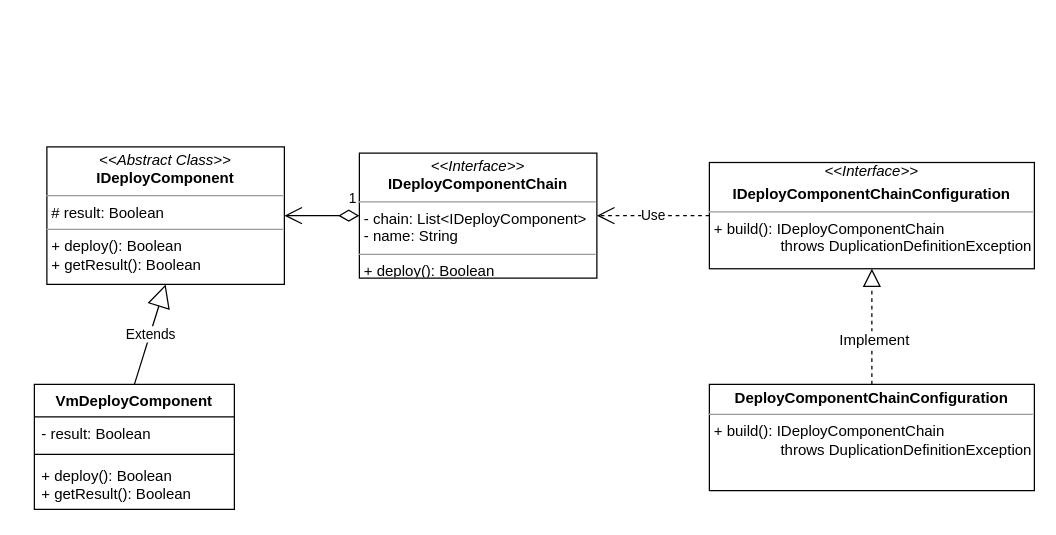
iceAcmen/myDesign keeps this draw.io diagram as SAAS自动部署.drawio. Above is the earlier version. Source tidied: cells renumbered, new cells numbered last; positions are measured from the earlier drawing's top-left corner, leaving out a move shared by most shapes. Both pictures are drawn from the tidied source at 125%, with x=0, y=0 at pixel (34, 146).
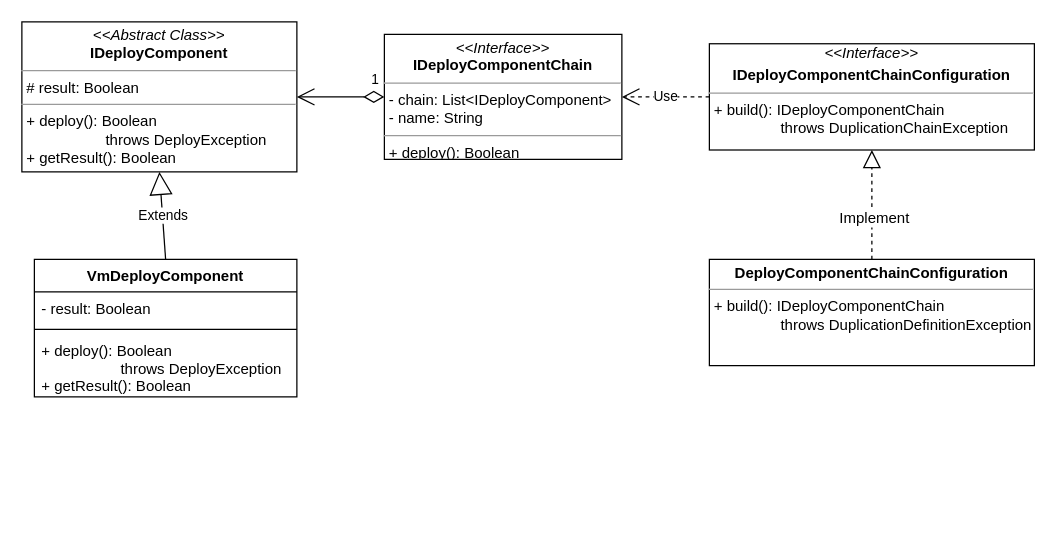
The same diagram, later.

Commit message (it also covers changes not shown here):
更新SAAS自动部署.drawio

What changed in the source:
```diff
@@
 <mxGraphModel>
   <root>
     <mxCell id="0" />
     <mxCell id="1" parent="0" />
-    <mxCell id="2" value="&lt;p style=&quot;margin: 0px ; margin-top: 4px ; text-align: center&quot;&gt;&lt;i&gt;&amp;lt;&amp;lt;Abstract Class&amp;gt;&amp;gt;&lt;/i&gt;&lt;br&gt;&lt;b&gt;IDeployComponent&lt;/b&gt;&lt;br&gt;&lt;/p&gt;&lt;hr size=&quot;1&quot;&gt;&lt;p style=&quot;margin: 0px ; margin-left: 4px&quot;&gt;# result: Boolean&lt;br&gt;&lt;/p&gt;&lt;hr size=&quot;1&quot;&gt;&lt;p style=&quot;margin: 0px ; margin-left: 4px&quot;&gt;+ deploy(): Boolean&lt;/p&gt;&lt;p style=&quot;margin: 0px ; margin-left: 4px&quot;&gt;+ getResult(): Boolean&lt;/p&gt;" style="verticalAlign=top;align=left;overflow=fill;fontSize=12;fontFamily=Helvetica;html=1;" parent="1" vertex="1">
-      <mxGeometry x="10" width="190" height="110" as="geometry" />
+    <mxCell id="2" value="&lt;p style=&quot;margin: 0px ; margin-top: 4px ; text-align: center&quot;&gt;&lt;i&gt;&amp;lt;&amp;lt;Abstract Class&amp;gt;&amp;gt;&lt;/i&gt;&lt;br&gt;&lt;b&gt;IDeployComponent&lt;/b&gt;&lt;br&gt;&lt;/p&gt;&lt;hr size=&quot;1&quot;&gt;&lt;p style=&quot;margin: 0px ; margin-left: 4px&quot;&gt;# result: Boolean&lt;br&gt;&lt;/p&gt;&lt;hr size=&quot;1&quot;&gt;&lt;p style=&quot;margin: 0px ; margin-left: 4px&quot;&gt;+ deploy(): Boolean&lt;/p&gt;&lt;p style=&quot;margin: 0px ; margin-left: 4px&quot;&gt;&amp;nbsp; &amp;nbsp; &amp;nbsp; &amp;nbsp; &amp;nbsp; &amp;nbsp; &amp;nbsp; &amp;nbsp; &amp;nbsp; &amp;nbsp;throws DeployException&lt;/p&gt;&lt;p style=&quot;margin: 0px ; margin-left: 4px&quot;&gt;+ getResult(): Boolean&lt;/p&gt;" style="verticalAlign=top;align=left;overflow=fill;fontSize=12;fontFamily=Helvetica;html=1;" parent="1" vertex="1">
+      <mxGeometry x="-10" y="-100" width="220" height="120" as="geometry" />
     </mxCell>
     <mxCell id="3" value="&lt;p style=&quot;margin: 0px ; margin-top: 4px ; text-align: center&quot;&gt;&lt;i&gt;&amp;lt;&amp;lt;Interface&amp;gt;&amp;gt;&lt;/i&gt;&lt;br&gt;&lt;b&gt;IDeployComponentChain&lt;/b&gt;&lt;br&gt;&lt;/p&gt;&lt;hr size=&quot;1&quot;&gt;&lt;p style=&quot;margin: 0px ; margin-left: 4px&quot;&gt;- chain: List&amp;lt;IDeployComponent&amp;gt;&lt;br&gt;&lt;/p&gt;&lt;p style=&quot;margin: 0px ; margin-left: 4px&quot;&gt;- name: String&lt;/p&gt;&lt;hr size=&quot;1&quot;&gt;&lt;p style=&quot;margin: 0px ; margin-left: 4px&quot;&gt;+ deploy(): Boolean&lt;/p&gt;&lt;p style=&quot;margin: 0px ; margin-left: 4px&quot;&gt;&lt;br&gt;&lt;/p&gt;" style="verticalAlign=top;align=left;overflow=fill;fontSize=12;fontFamily=Helvetica;html=1;" parent="1" vertex="1">
-      <mxGeometry x="260" y="5" width="190" height="100" as="geometry" />
+      <mxGeometry x="280" y="-90" width="190" height="100" as="geometry" />
     </mxCell>
     <mxCell id="4" value="VmDeployComponent" style="swimlane;fontStyle=1;align=center;verticalAlign=top;horizontal=1;startSize=26;fontColor=#000000;" parent="1" vertex="1">
-      <mxGeometry y="190" width="160" height="100" as="geometry" />
+      <mxGeometry y="90" width="210" height="110" as="geometry" />
     </mxCell>
     <mxCell id="5" value="- result: Boolean" style="text;strokeColor=none;fillColor=none;align=left;verticalAlign=top;spacingLeft=4;spacingRight=4;overflow=hidden;" parent="4" vertex="1">
-      <mxGeometry y="26" width="160" height="26" as="geometry" />
+      <mxGeometry y="26" width="210" height="26" as="geometry" />
     </mxCell>
     <mxCell id="6" style="line;strokeWidth=1;fillColor=none;align=left;verticalAlign=middle;spacingTop=-1;spacingLeft=3;spacingRight=3;labelPosition=right;" parent="4" vertex="1">
-      <mxGeometry y="52" width="160" height="8" as="geometry" />
+      <mxGeometry y="52" width="210" height="8" as="geometry" />
     </mxCell>
-    <mxCell id="7" value="+ deploy(): Boolean&#10;+ getResult(): Boolean" style="text;strokeColor=none;fillColor=none;align=left;verticalAlign=top;spacingLeft=4;spacingRight=4;overflow=hidden;" parent="4" vertex="1">
-      <mxGeometry y="60" width="160" height="40" as="geometry" />
+    <mxCell id="7" value="+ deploy(): Boolean&#10;                   throws DeployException&#10;+ getResult(): Boolean" style="text;strokeColor=none;fillColor=none;align=left;verticalAlign=top;spacingLeft=4;spacingRight=4;overflow=hidden;" parent="4" vertex="1">
+      <mxGeometry y="60" width="210" height="50" as="geometry" />
     </mxCell>
     <mxCell id="8" value="Extends" style="endArrow=block;endSize=16;endFill=0;html=1;fontColor=#000000;exitX=0.5;exitY=0;exitDx=0;exitDy=0;entryX=0.5;entryY=1;entryDx=0;entryDy=0;" parent="1" edge="1" source="4" target="2">
       <mxGeometry relative="1" as="geometry" />
     </mxCell>
     <mxCell id="9" value="1" style="endArrow=open;html=1;endSize=12;startArrow=diamondThin;startSize=14;startFill=0;edgeStyle=orthogonalEdgeStyle;align=left;verticalAlign=bottom;fontColor=#000000;entryX=1;entryY=0.5;entryDx=0;entryDy=0;exitX=0;exitY=0.5;exitDx=0;exitDy=0;" parent="1" edge="1" source="3" target="2">
       <mxGeometry x="-0.67" y="-5" relative="1" as="geometry" />
     </mxCell>
-    <mxCell id="10" value="&lt;div style=&quot;text-align: center&quot;&gt;&lt;i&gt;&amp;lt;&amp;lt;Interface&amp;gt;&amp;gt;&lt;/i&gt;&lt;/div&gt;&lt;p style=&quot;margin: 0px ; margin-top: 4px ; text-align: center&quot;&gt;&lt;b&gt;IDeployComponentChainConfiguration&lt;/b&gt;&lt;br&gt;&lt;/p&gt;&lt;hr size=&quot;1&quot;&gt;&lt;p style=&quot;margin: 0px ; margin-left: 4px&quot;&gt;&lt;/p&gt;&lt;p style=&quot;margin: 0px ; margin-left: 4px&quot;&gt;+ build(): IDeployComponentChain&lt;/p&gt;&lt;p style=&quot;margin: 0px ; margin-left: 4px&quot;&gt;&amp;nbsp; &amp;nbsp; &amp;nbsp; &amp;nbsp; &amp;nbsp; &amp;nbsp; &amp;nbsp; &amp;nbsp; throws DuplicationDefinitionException&lt;/p&gt;&lt;p style=&quot;margin: 0px ; margin-left: 4px&quot;&gt;&lt;br&gt;&lt;/p&gt;" style="verticalAlign=top;align=left;overflow=fill;fontSize=12;fontFamily=Helvetica;html=1;" parent="1" vertex="1">
-      <mxGeometry x="540" y="12.5" width="260" height="85" as="geometry" />
+    <mxCell id="10" value="&lt;div style=&quot;text-align: center&quot;&gt;&lt;i&gt;&amp;lt;&amp;lt;Interface&amp;gt;&amp;gt;&lt;/i&gt;&lt;/div&gt;&lt;p style=&quot;margin: 0px ; margin-top: 4px ; text-align: center&quot;&gt;&lt;b&gt;IDeployComponentChainConfiguration&lt;/b&gt;&lt;br&gt;&lt;/p&gt;&lt;hr size=&quot;1&quot;&gt;&lt;p style=&quot;margin: 0px ; margin-left: 4px&quot;&gt;&lt;/p&gt;&lt;p style=&quot;margin: 0px ; margin-left: 4px&quot;&gt;+ build(): IDeployComponentChain&lt;/p&gt;&lt;p style=&quot;margin: 0px ; margin-left: 4px&quot;&gt;&amp;nbsp; &amp;nbsp; &amp;nbsp; &amp;nbsp; &amp;nbsp; &amp;nbsp; &amp;nbsp; &amp;nbsp; throws DuplicationChainException&lt;/p&gt;&lt;p style=&quot;margin: 0px ; margin-left: 4px&quot;&gt;&lt;br&gt;&lt;/p&gt;" style="verticalAlign=top;align=left;overflow=fill;fontSize=12;fontFamily=Helvetica;html=1;" parent="1" vertex="1">
+      <mxGeometry x="540" y="-82.5" width="260" height="85" as="geometry" />
     </mxCell>
     <mxCell id="11" value="&lt;p style=&quot;margin: 0px ; margin-top: 4px ; text-align: center&quot;&gt;&lt;b&gt;DeployComponentChainConfiguration&lt;/b&gt;&lt;br&gt;&lt;/p&gt;&lt;hr size=&quot;1&quot;&gt;&lt;p style=&quot;margin: 0px ; margin-left: 4px&quot;&gt;&lt;/p&gt;&lt;p style=&quot;margin: 0px ; margin-left: 4px&quot;&gt;+ build(): IDeployComponentChain&lt;/p&gt;&lt;p style=&quot;margin: 0px ; margin-left: 4px&quot;&gt;&amp;nbsp; &amp;nbsp; &amp;nbsp; &amp;nbsp; &amp;nbsp; &amp;nbsp; &amp;nbsp; &amp;nbsp; throws DuplicationDefinitionException&lt;/p&gt;&lt;p style=&quot;margin: 0px ; margin-left: 4px&quot;&gt;&lt;br&gt;&lt;/p&gt;" style="verticalAlign=top;align=left;overflow=fill;fontSize=12;fontFamily=Helvetica;html=1;" parent="1" vertex="1">
-      <mxGeometry x="540" y="190" width="260" height="85" as="geometry" />
+      <mxGeometry x="540" y="90" width="260" height="85" as="geometry" />
     </mxCell>
     <mxCell id="12" style="endArrow=block;dashed=1;endFill=0;endSize=12;html=1;fontColor=#000000;entryX=0.5;entryY=1;entryDx=0;entryDy=0;exitX=0.5;exitY=0;exitDx=0;exitDy=0;" parent="1" edge="1" source="11" target="10">
       <mxGeometry relative="1" as="geometry" />
     </mxCell>
     <mxCell id="13" value="Implement" style="text;html=1;align=center;verticalAlign=middle;labelBackgroundColor=#ffffff;fontColor=#000000;" parent="12" vertex="1">
       <mxGeometry x="-0.22" y="-1" relative="1" as="geometry" />
     </mxCell>
     <mxCell id="14" value="Use" style="endArrow=open;endSize=12;dashed=1;html=1;fontColor=#000000;entryX=1;entryY=0.5;entryDx=0;entryDy=0;exitX=0;exitY=0.5;exitDx=0;exitDy=0;" parent="1" edge="1" source="10" target="3">
       <mxGeometry relative="1" as="geometry" />
     </mxCell>
   </root>
 </mxGraphModel>
```
